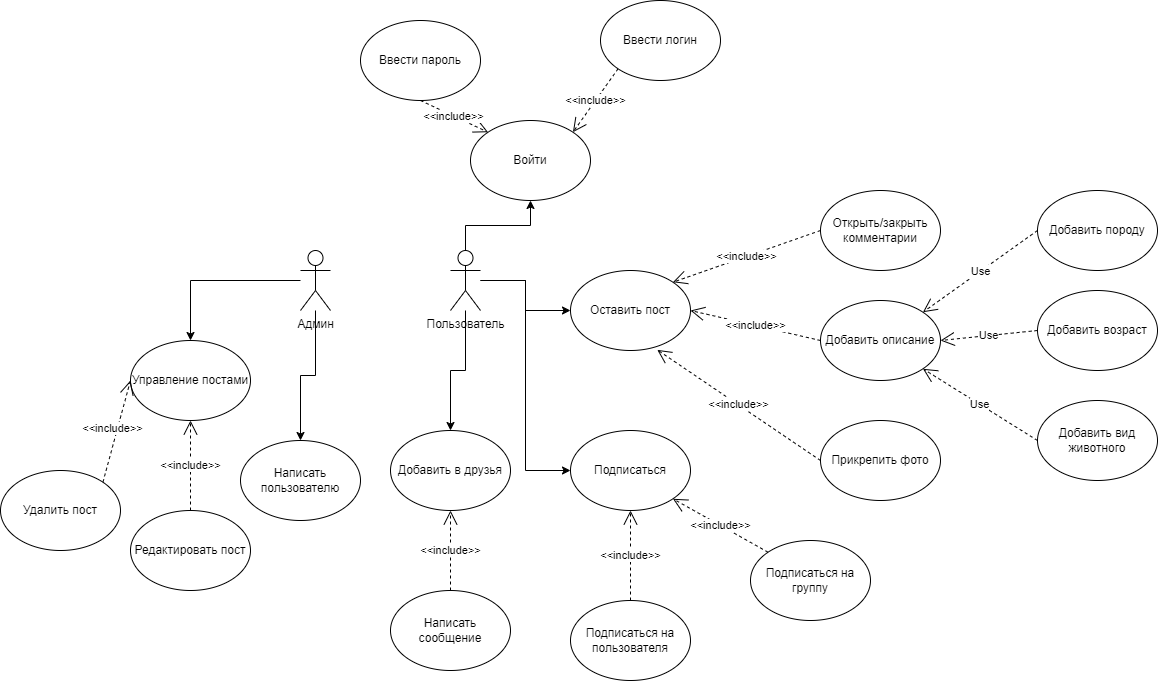
This is Pet.png from Involuntar/Test, a draw.io export, as it was before one commit. Source tidied: cells renumbered, new cells last; positions are measured from the earlier drawing's top-left corner, leaving out a move shared by most shapes.
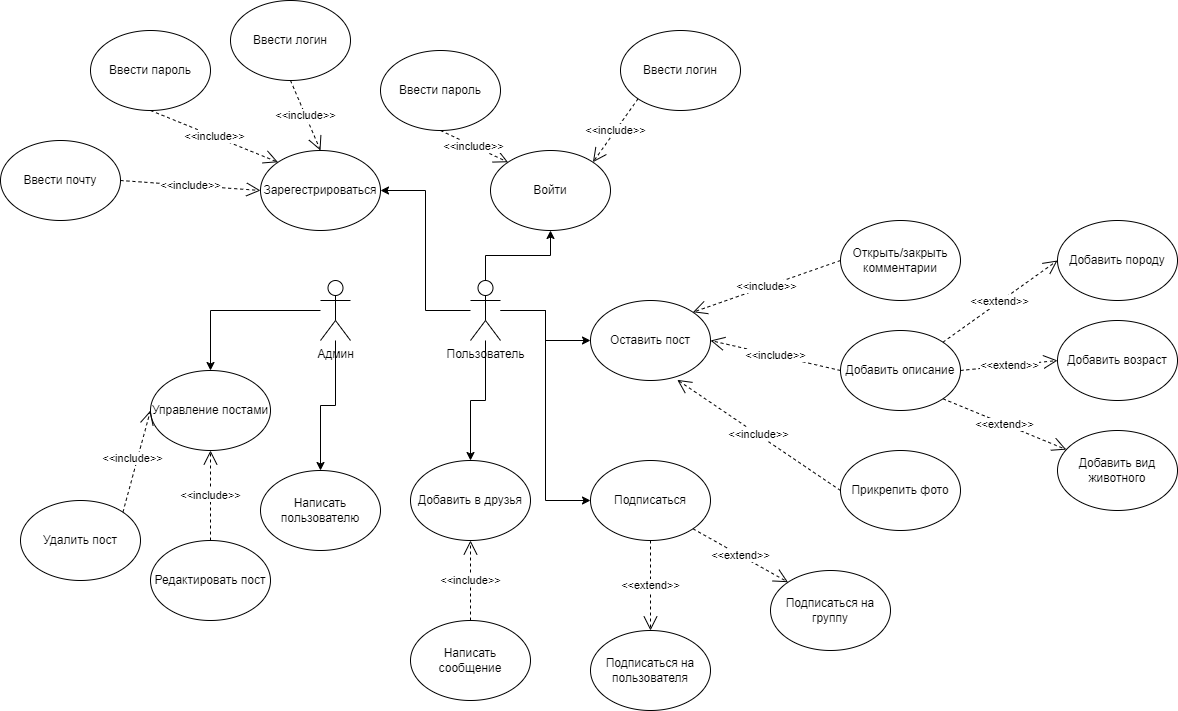
After the change.

What changed in the source:
```diff
@@ -14,6 +14,9 @@
     <mxCell id="5" style="edgeStyle=orthogonalEdgeStyle;rounded=0;jettySize=auto;html=1;entryX=0.5;entryY=1;entryDx=0;entryDy=0;" parent="1" edge="1" source="6" target="37">
       <mxGeometry relative="1" as="geometry" />
     </mxCell>
+    <mxCell id="42" style="edgeStyle=orthogonalEdgeStyle;rounded=0;jettySize=auto;html=1;entryX=1;entryY=0.5;entryDx=0;entryDy=0;" parent="1" edge="1" source="6" target="43">
+      <mxGeometry relative="1" as="geometry" />
+    </mxCell>
     <mxCell id="6" value="Пользователь" style="shape=umlActor;verticalLabelPosition=bottom;verticalAlign=top;html=1;outlineConnect=0;" parent="1" vertex="1">
       <mxGeometry x="450" y="250" width="30" height="60" as="geometry" />
     </mxCell>
@@ -83,10 +86,10 @@
     <mxCell id="28" value="Подписаться на пользователя" style="ellipse;whiteSpace=wrap;html=1;" parent="1" vertex="1">
       <mxGeometry x="570" y="600" width="120" height="80" as="geometry" />
     </mxCell>
-    <mxCell id="29" value="&amp;lt;&amp;lt;include&amp;gt;&amp;gt;" style="endArrow=open;endSize=12;dashed=1;html=1;rounded=0;entryX=0.5;entryY=1;entryDx=0;entryDy=0;exitX=0.5;exitY=0;exitDx=0;exitDy=0;" parent="1" edge="1" source="28" target="26">
+    <mxCell id="29" value="&amp;lt;&amp;lt;extend&amp;gt;&amp;gt;" style="endArrow=open;endSize=12;dashed=1;html=1;rounded=0;exitX=0.5;exitY=1;exitDx=0;exitDy=0;entryX=0.5;entryY=0;entryDx=0;entryDy=0;" parent="1" edge="1" source="26" target="28">
       <mxGeometry relative="1" as="geometry" />
     </mxCell>
-    <mxCell id="30" value="&amp;lt;&amp;lt;include&amp;gt;&amp;gt;" style="endArrow=open;endSize=12;dashed=1;html=1;rounded=0;entryX=1;entryY=1;entryDx=0;entryDy=0;exitX=0;exitY=0;exitDx=0;exitDy=0;" parent="1" edge="1" source="27" target="26">
+    <mxCell id="30" value="&amp;lt;&amp;lt;extend&amp;gt;&amp;gt;" style="endArrow=open;endSize=12;dashed=1;html=1;rounded=0;exitX=1;exitY=1;exitDx=0;exitDy=0;entryX=0;entryY=0;entryDx=0;entryDy=0;" parent="1" edge="1" source="26" target="27">
       <mxGeometry relative="1" as="geometry" />
     </mxCell>
     <mxCell id="31" value="Добавить породу" style="ellipse;whiteSpace=wrap;html=1;" parent="1" vertex="1">
@@ -98,13 +101,13 @@
     <mxCell id="33" value="Добавить вид животного" style="ellipse;whiteSpace=wrap;html=1;" parent="1" vertex="1">
       <mxGeometry x="1037" y="400" width="120" height="80" as="geometry" />
     </mxCell>
-    <mxCell id="34" value="Use" style="endArrow=open;endSize=12;dashed=1;html=1;rounded=0;entryX=1;entryY=0;entryDx=0;entryDy=0;exitX=0;exitY=0.5;exitDx=0;exitDy=0;" parent="1" edge="1" source="31" target="9">
+    <mxCell id="34" value="&amp;lt;&amp;lt;extend&amp;gt;&amp;gt;" style="endArrow=open;endSize=12;dashed=1;html=1;rounded=0;exitX=1;exitY=0;exitDx=0;exitDy=0;entryX=0;entryY=0.5;entryDx=0;entryDy=0;" parent="1" edge="1" source="9" target="31">
       <mxGeometry relative="1" as="geometry" />
     </mxCell>
-    <mxCell id="35" value="Use" style="endArrow=open;endSize=12;dashed=1;html=1;rounded=0;entryX=1;entryY=0.5;entryDx=0;entryDy=0;exitX=0;exitY=0.5;exitDx=0;exitDy=0;" parent="1" edge="1" source="32" target="9">
+    <mxCell id="35" value="&amp;lt;&amp;lt;extend&amp;gt;&amp;gt;" style="endArrow=open;endSize=12;dashed=1;html=1;rounded=0;exitX=1;exitY=0.5;exitDx=0;exitDy=0;entryX=0;entryY=0.5;entryDx=0;entryDy=0;" parent="1" edge="1" source="9" target="32">
       <mxGeometry relative="1" as="geometry" />
     </mxCell>
-    <mxCell id="36" value="Use" style="endArrow=open;endSize=12;dashed=1;html=1;rounded=0;entryX=1;entryY=1;entryDx=0;entryDy=0;exitX=0;exitY=0.5;exitDx=0;exitDy=0;" parent="1" edge="1" source="33" target="9">
+    <mxCell id="36" value="&amp;lt;&amp;lt;extend&amp;gt;&amp;gt;" style="endArrow=open;endSize=12;dashed=1;html=1;rounded=0;exitX=1;exitY=1;exitDx=0;exitDy=0;" parent="1" edge="1" source="9" target="33">
       <mxGeometry relative="1" as="geometry" />
     </mxCell>
     <mxCell id="37" value="Войти" style="ellipse;whiteSpace=wrap;html=1;" parent="1" vertex="1">
@@ -122,5 +125,26 @@
     <mxCell id="41" value="Ввести пароль" style="ellipse;whiteSpace=wrap;html=1;" parent="1" vertex="1">
       <mxGeometry x="360" y="20" width="120" height="80" as="geometry" />
     </mxCell>
+    <mxCell id="43" value="Зарегестрироваться" style="ellipse;whiteSpace=wrap;html=1;" parent="1" vertex="1">
+      <mxGeometry x="240" y="120" width="120" height="80" as="geometry" />
+    </mxCell>
+    <mxCell id="44" value="&amp;lt;&amp;lt;include&amp;gt;&amp;gt;" style="endArrow=open;endSize=12;dashed=1;html=1;rounded=0;entryX=0.5;entryY=0;entryDx=0;entryDy=0;exitX=0.5;exitY=1;exitDx=0;exitDy=0;" parent="1" edge="1" source="45" target="43">
+      <mxGeometry relative="1" as="geometry" />
+    </mxCell>
+    <mxCell id="45" value="Ввести логин" style="ellipse;whiteSpace=wrap;html=1;" parent="1" vertex="1">
+      <mxGeometry x="210" y="-30" width="120" height="80" as="geometry" />
+    </mxCell>
+    <mxCell id="46" value="&amp;lt;&amp;lt;include&amp;gt;&amp;gt;" style="endArrow=open;endSize=12;dashed=1;html=1;rounded=0;exitX=0.5;exitY=1;exitDx=0;exitDy=0;entryX=0;entryY=0;entryDx=0;entryDy=0;" parent="1" edge="1" source="47" target="43">
+      <mxGeometry relative="1" as="geometry" />
+    </mxCell>
+    <mxCell id="47" value="Ввести пароль" style="ellipse;whiteSpace=wrap;html=1;" parent="1" vertex="1">
+      <mxGeometry x="70" width="120" height="80" as="geometry" />
+    </mxCell>
+    <mxCell id="48" value="&amp;lt;&amp;lt;include&amp;gt;&amp;gt;" style="endArrow=open;endSize=12;dashed=1;html=1;rounded=0;entryX=0;entryY=0.5;entryDx=0;entryDy=0;exitX=1;exitY=0.5;exitDx=0;exitDy=0;" parent="1" edge="1" source="49" target="43">
+      <mxGeometry relative="1" as="geometry" />
+    </mxCell>
+    <mxCell id="49" value="Ввести почту" style="ellipse;whiteSpace=wrap;html=1;" parent="1" vertex="1">
+      <mxGeometry x="-20" y="110" width="120" height="80" as="geometry" />
+    </mxCell>
   </root>
 </mxGraphModel>
```
